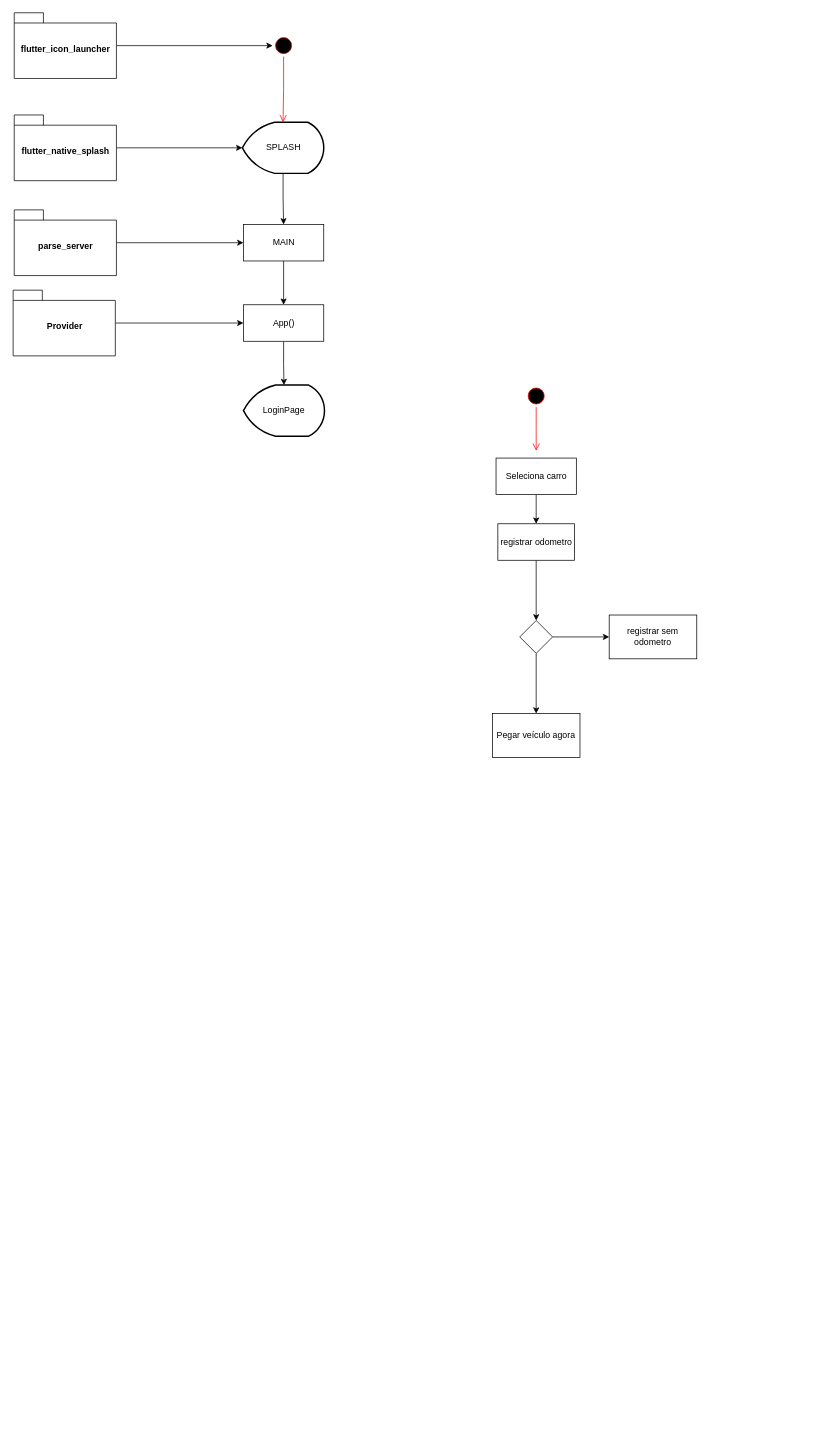
This is diagrama.drawio from kimneto/i9t_, a draw.io file, before an edit. Source tidied: cells renumbered, new cells numbered last; positions are measured from the earlier drawing's top-left corner, leaving out a move shared by most shapes. Both pictures are drawn from the tidied source at 73%, with x=0, y=0 at pixel (12, 12).
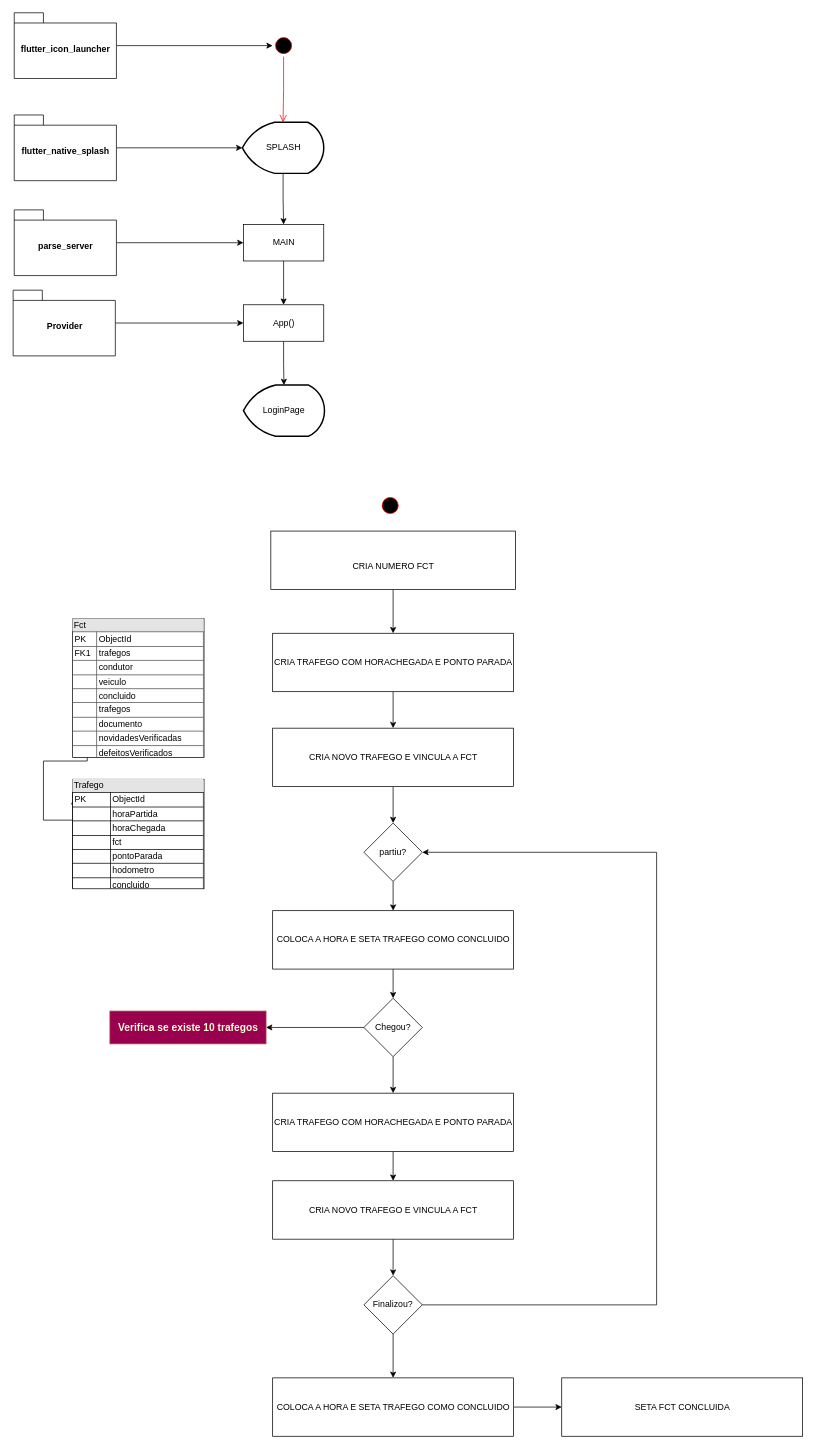
After the change.

The edit, as a diff of the source:
```diff
@@
-    <mxCell id="19" style="ellipse;html=1;shape=startState;fillColor=#000000;strokeColor=#ff0000;" parent="1" vertex="1">
-      <mxGeometry x="702" y="510" width="30" height="30" as="geometry" />
-    </mxCell>
-    <mxCell id="20" style="edgeStyle=orthogonalEdgeStyle;html=1;verticalAlign=bottom;endArrow=open;endSize=8;strokeColor=#ff0000;rounded=0;" parent="1" edge="1" source="19">
-      <mxGeometry relative="1" as="geometry">
-        <mxPoint x="717" y="600" as="targetPoint" />
-      </mxGeometry>
-    </mxCell>
-    <mxCell id="21" style="edgeStyle=orthogonalEdgeStyle;rounded=0;jettySize=auto;html=1;" parent="1" edge="1" source="22" target="24">
-      <mxGeometry relative="1" as="geometry" />
-    </mxCell>
-    <mxCell id="22" value="Seleciona carro" style="html=1;" parent="1" vertex="1">
-      <mxGeometry x="662" y="610" width="110" height="50" as="geometry" />
-    </mxCell>
-    <mxCell id="23" style="edgeStyle=orthogonalEdgeStyle;rounded=0;jettySize=auto;html=1;" parent="1" edge="1" source="24" target="27">
-      <mxGeometry relative="1" as="geometry" />
-    </mxCell>
-    <mxCell id="24" value="registrar odometro&lt;br&gt;" style="whiteSpace=wrap;html=1;" parent="1" vertex="1">
-      <mxGeometry x="664.5" y="700" width="105" height="50" as="geometry" />
-    </mxCell>
-    <mxCell id="25" style="edgeStyle=orthogonalEdgeStyle;rounded=0;jettySize=auto;html=1;" parent="1" edge="1" source="27" target="28">
-      <mxGeometry relative="1" as="geometry" />
-    </mxCell>
-    <mxCell id="26" style="edgeStyle=orthogonalEdgeStyle;rounded=0;jettySize=auto;html=1;" parent="1" edge="1" source="27" target="29">
-      <mxGeometry relative="1" as="geometry" />
-    </mxCell>
-    <mxCell id="27" style="rhombus;whiteSpace=wrap;html=1;" parent="1" vertex="1">
-      <mxGeometry x="694.5" y="832.5" width="45" height="45" as="geometry" />
-    </mxCell>
-    <mxCell id="28" value="Pegar veículo agora" style="whiteSpace=wrap;html=1;" parent="1" vertex="1">
-      <mxGeometry x="657" y="960" width="120" height="60" as="geometry" />
-    </mxCell>
-    <mxCell id="29" value="registrar sem odometro" style="whiteSpace=wrap;html=1;" parent="1" vertex="1">
-      <mxGeometry x="817" y="825" width="120" height="60" as="geometry" />
-    </mxCell>
+    <mxCell id="30" style="ellipse;html=1;shape=startState;fillColor=#000000;strokeColor=#ff0000;" parent="1" vertex="1">
+      <mxGeometry x="502" y="660" width="30" height="30" as="geometry" />
+    </mxCell>
+    <mxCell id="31" style="edgeStyle=orthogonalEdgeStyle;rounded=0;jettySize=auto;html=1;" parent="1" edge="1" source="32" target="34">
+      <mxGeometry relative="1" as="geometry" />
+    </mxCell>
+    <mxCell id="32" value="&lt;br&gt;CRIA NUMERO FCT&lt;br&gt;" style="html=1;" parent="1" vertex="1">
+      <mxGeometry x="353.5" y="710" width="335" height="80" as="geometry" />
+    </mxCell>
+    <mxCell id="33" style="edgeStyle=orthogonalEdgeStyle;rounded=0;jettySize=auto;html=1;" parent="1" edge="1" source="34" target="41">
+      <mxGeometry relative="1" as="geometry" />
+    </mxCell>
+    <mxCell id="34" value="CRIA TRAFEGO COM HORACHEGADA E PONTO PARADA" style="html=1;" parent="1" vertex="1">
+      <mxGeometry x="356" y="850" width="330" height="80" as="geometry" />
+    </mxCell>
+    <mxCell id="35" style="edgeStyle=orthogonalEdgeStyle;rounded=0;jettySize=auto;html=1;entryX=0.011;entryY=0.173;entryDx=0;entryDy=0;entryPerimeter=0;" parent="1" edge="1" source="36" target="37">
+      <mxGeometry relative="1" as="geometry">
+        <Array as="points">
+          <mxPoint x="102" y="1025" />
+          <mxPoint x="42" y="1025" />
+          <mxPoint x="42" y="1106" />
+        </Array>
+      </mxGeometry>
+    </mxCell>
+    <mxCell id="36" value="&lt;div style=&quot;box-sizing: border-box ; width: 100% ; background: #e4e4e4 ; padding: 2px&quot;&gt;Fct&lt;/div&gt;&lt;table style=&quot;width: 100% ; font-size: 1em ; border: 1px solid rgb(77 , 77 , 77) ; border-collapse: collapse&quot; cellpadding=&quot;2&quot; cellspacing=&quot;0&quot; border=&quot;1&quot;&gt;&lt;tbody&gt;&lt;tr&gt;&lt;td&gt;PK&lt;/td&gt;&lt;td&gt;ObjectId&lt;br&gt;&lt;/td&gt;&lt;/tr&gt;&lt;tr&gt;&lt;td&gt;FK1&lt;/td&gt;&lt;td style=&quot;border-collapse: collapse&quot;&gt;trafegos&lt;/td&gt;&lt;/tr&gt;&lt;tr&gt;&lt;td&gt;&lt;/td&gt;&lt;td style=&quot;border-collapse: collapse&quot;&gt;condutor&lt;/td&gt;&lt;/tr&gt;&lt;tr&gt;&lt;td&gt;&lt;/td&gt;&lt;td&gt;veiculo&lt;/td&gt;&lt;/tr&gt;&lt;tr&gt;&lt;td&gt;&lt;br&gt;&lt;/td&gt;&lt;td&gt;concluido&lt;/td&gt;&lt;/tr&gt;&lt;tr&gt;&lt;td&gt;&lt;br&gt;&lt;/td&gt;&lt;td&gt;trafegos&lt;span style=&quot;white-space: pre&quot;&gt;&#9;&lt;/span&gt;&lt;/td&gt;&lt;/tr&gt;&lt;tr&gt;&lt;td&gt;&lt;br&gt;&lt;/td&gt;&lt;td&gt;documento&lt;/td&gt;&lt;/tr&gt;&lt;tr&gt;&lt;td&gt;&lt;br&gt;&lt;/td&gt;&lt;td&gt;novidadesVerificadas&lt;/td&gt;&lt;/tr&gt;&lt;tr&gt;&lt;td&gt;&lt;br&gt;&lt;/td&gt;&lt;td&gt;defeitosVerificados&lt;/td&gt;&lt;/tr&gt;&lt;/tbody&gt;&lt;/table&gt;" style="verticalAlign=top;align=left;overflow=fill;html=1;" parent="1" vertex="1">
+      <mxGeometry x="82" y="830" width="180" height="190" as="geometry" />
+    </mxCell>
+    <mxCell id="37" value="&lt;div style=&quot;box-sizing: border-box ; width: 100% ; background: #e4e4e4 ; padding: 2px&quot;&gt;Trafego&lt;/div&gt;&lt;table style=&quot;width: 100% ; font-size: 1em ; border: 1px solid rgb(0 , 0 , 0) ; border-collapse: collapse&quot; cellpadding=&quot;2&quot; cellspacing=&quot;0&quot; border=&quot;1&quot;&gt;&lt;tbody&gt;&lt;tr&gt;&lt;td&gt;PK&lt;/td&gt;&lt;td&gt;ObjectId&lt;/td&gt;&lt;/tr&gt;&lt;tr&gt;&lt;td&gt;&lt;span style=&quot;white-space: pre&quot;&gt;&#9;&lt;/span&gt;&lt;br&gt;&lt;/td&gt;&lt;td&gt;horaPartida&lt;/td&gt;&lt;/tr&gt;&lt;tr&gt;&lt;td&gt;&lt;br&gt;&lt;/td&gt;&lt;td&gt;horaChegada&lt;/td&gt;&lt;/tr&gt;&lt;tr&gt;&lt;td&gt;&lt;br&gt;&lt;/td&gt;&lt;td&gt;fct&lt;/td&gt;&lt;/tr&gt;&lt;tr&gt;&lt;td&gt;&lt;br&gt;&lt;/td&gt;&lt;td&gt;pontoParada&lt;/td&gt;&lt;/tr&gt;&lt;tr&gt;&lt;td&gt;&lt;br&gt;&lt;/td&gt;&lt;td&gt;hodometro&lt;/td&gt;&lt;/tr&gt;&lt;tr&gt;&lt;td&gt;&lt;br&gt;&lt;/td&gt;&lt;td&gt;concluido&lt;/td&gt;&lt;/tr&gt;&lt;/tbody&gt;&lt;/table&gt;" style="verticalAlign=top;align=left;overflow=fill;html=1;" parent="1" vertex="1">
+      <mxGeometry x="82" y="1050" width="180" height="150" as="geometry" />
+    </mxCell>
+    <mxCell id="38" style="edgeStyle=orthogonalEdgeStyle;rounded=0;jettySize=auto;html=1;fontSize=14;fontColor=#FCFFD9;" parent="1" edge="1" source="39" target="44">
+      <mxGeometry relative="1" as="geometry" />
+    </mxCell>
+    <mxCell id="39" value="partiu?" style="rhombus;whiteSpace=wrap;html=1;" parent="1" vertex="1">
+      <mxGeometry x="481" y="1110" width="80" height="80" as="geometry" />
+    </mxCell>
+    <mxCell id="40" style="edgeStyle=orthogonalEdgeStyle;rounded=0;jettySize=auto;html=1;" parent="1" edge="1" source="41" target="39">
+      <mxGeometry relative="1" as="geometry" />
+    </mxCell>
+    <mxCell id="41" value="CRIA NOVO TRAFEGO E VINCULA A FCT" style="html=1;" parent="1" vertex="1">
+      <mxGeometry x="356" y="980" width="330" height="80" as="geometry" />
+    </mxCell>
+    <mxCell id="42" value="Verifica se existe 10 trafegos" style="html=1;fillColor=#99004D;strokeColor=#b85450;fontColor=#FCFFD9;fontSize=14;fontStyle=1;" parent="1" vertex="1">
+      <mxGeometry x="133" y="1367.5" width="214" height="45" as="geometry" />
+    </mxCell>
+    <mxCell id="43" style="edgeStyle=orthogonalEdgeStyle;rounded=0;jettySize=auto;html=1;fontSize=14;fontColor=#FCFFD9;" parent="1" edge="1" source="44" target="47">
+      <mxGeometry relative="1" as="geometry" />
+    </mxCell>
+    <mxCell id="44" value="COLOCA A HORA E SETA TRAFEGO COMO CONCLUIDO" style="html=1;" parent="1" vertex="1">
+      <mxGeometry x="356" y="1230" width="330" height="80" as="geometry" />
+    </mxCell>
+    <mxCell id="45" style="edgeStyle=orthogonalEdgeStyle;rounded=0;jettySize=auto;html=1;fontSize=14;fontColor=#FCFFD9;" parent="1" edge="1" source="47" target="49">
+      <mxGeometry relative="1" as="geometry" />
+    </mxCell>
+    <mxCell id="46" style="edgeStyle=orthogonalEdgeStyle;rounded=0;jettySize=auto;html=1;fontSize=14;fontColor=#FCFFD9;" parent="1" edge="1" source="47" target="42">
+      <mxGeometry relative="1" as="geometry" />
+    </mxCell>
+    <mxCell id="47" value="Chegou?" style="rhombus;whiteSpace=wrap;html=1;" parent="1" vertex="1">
+      <mxGeometry x="481" y="1350" width="80" height="80" as="geometry" />
+    </mxCell>
+    <mxCell id="48" style="edgeStyle=orthogonalEdgeStyle;rounded=0;jettySize=auto;html=1;fontSize=14;fontColor=#FCFFD9;" parent="1" edge="1" source="49" target="51">
+      <mxGeometry relative="1" as="geometry" />
+    </mxCell>
+    <mxCell id="49" value="CRIA TRAFEGO COM HORACHEGADA E PONTO PARADA" style="html=1;" parent="1" vertex="1">
+      <mxGeometry x="356" y="1480" width="330" height="80" as="geometry" />
+    </mxCell>
+    <mxCell id="50" style="edgeStyle=orthogonalEdgeStyle;rounded=0;jettySize=auto;html=1;fontSize=14;fontColor=#FCFFD9;" parent="1" edge="1" source="51" target="54">
+      <mxGeometry relative="1" as="geometry" />
+    </mxCell>
+    <mxCell id="51" value="CRIA NOVO TRAFEGO E VINCULA A FCT" style="html=1;" parent="1" vertex="1">
+      <mxGeometry x="356" y="1600" width="330" height="80" as="geometry" />
+    </mxCell>
+    <mxCell id="52" style="edgeStyle=orthogonalEdgeStyle;rounded=0;jettySize=auto;html=1;fontSize=14;fontColor=#FCFFD9;" parent="1" edge="1" source="54" target="39">
+      <mxGeometry relative="1" as="geometry">
+        <Array as="points">
+          <mxPoint x="882" y="1770" />
+          <mxPoint x="882" y="1150" />
+        </Array>
+      </mxGeometry>
+    </mxCell>
+    <mxCell id="53" style="edgeStyle=orthogonalEdgeStyle;rounded=0;jettySize=auto;html=1;fontSize=14;fontColor=#FCFFD9;" parent="1" edge="1" source="54" target="56">
+      <mxGeometry relative="1" as="geometry" />
+    </mxCell>
+    <mxCell id="54" value="Finalizou?" style="rhombus;whiteSpace=wrap;html=1;" parent="1" vertex="1">
+      <mxGeometry x="481" y="1730" width="80" height="80" as="geometry" />
+    </mxCell>
+    <mxCell id="55" style="edgeStyle=orthogonalEdgeStyle;rounded=0;jettySize=auto;html=1;fontSize=14;fontColor=#FCFFD9;" parent="1" edge="1" source="56" target="57">
+      <mxGeometry relative="1" as="geometry" />
+    </mxCell>
+    <mxCell id="56" value="COLOCA A HORA E SETA TRAFEGO COMO CONCLUIDO" style="html=1;" parent="1" vertex="1">
+      <mxGeometry x="356" y="1870" width="330" height="80" as="geometry" />
+    </mxCell>
+    <mxCell id="57" value="SETA FCT CONCLUIDA" style="html=1;" parent="1" vertex="1">
+      <mxGeometry x="752" y="1870" width="330" height="80" as="geometry" />
+    </mxCell>
```
